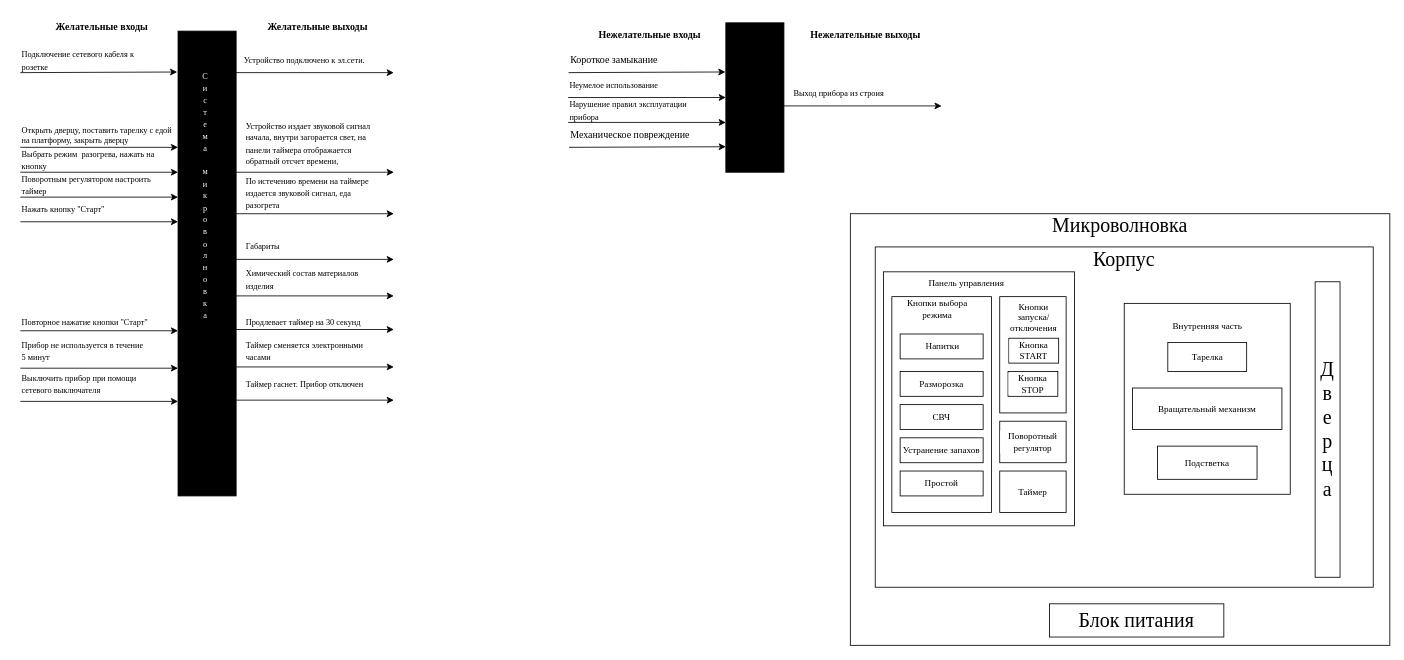
Before: microwave.drawio in Maquim4/repository_for_challenge, a draw.io diagram. Source tidied: cells renumbered, new cells numbered last; positions are measured from the earlier drawing's top-left corner, leaving out a move shared by most shapes. Both pictures are drawn from the tidied source at 83%, with x=0, y=0 at pixel (20, 14).
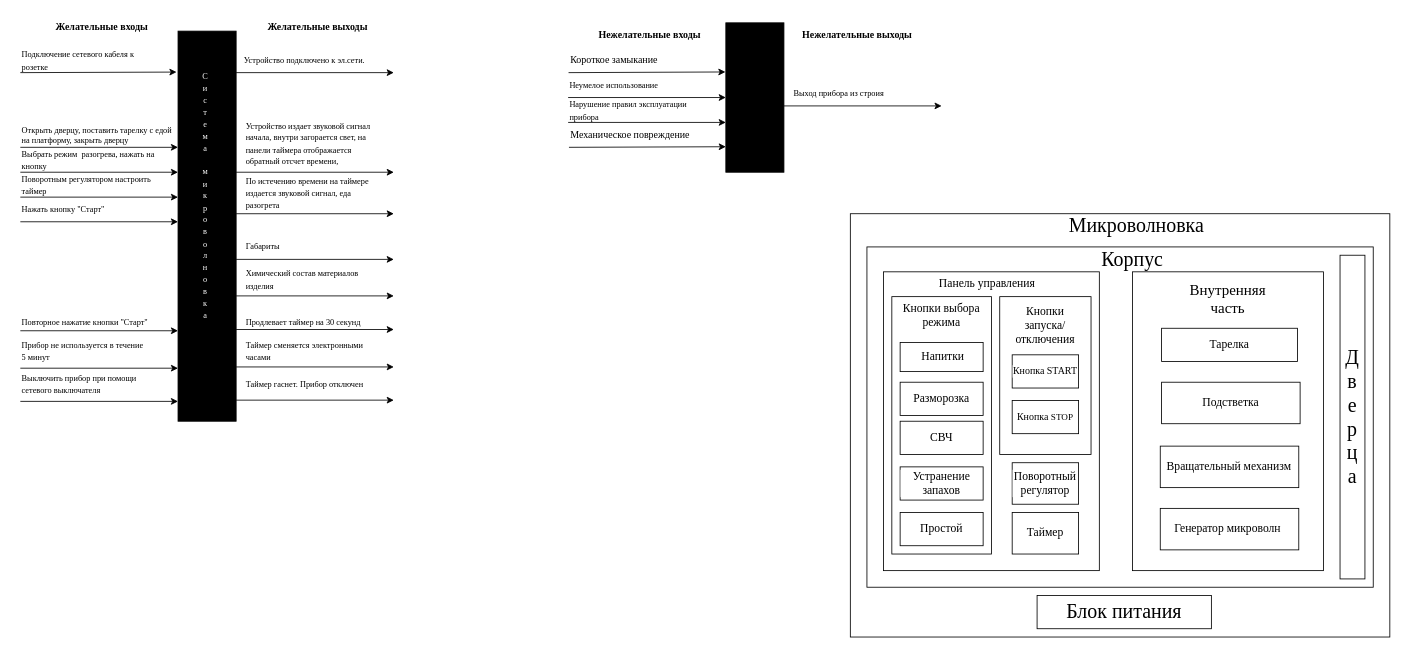
The same page after the edit.

What changed in the source:
```diff
@@
     <mxCell id="2" style="rounded=0;whiteSpace=wrap;html=1;fillColor=#000000;" parent="1" vertex="1">
-      <mxGeometry x="190" y="20" width="70" height="560" as="geometry" />
+      <mxGeometry x="190" y="20" width="70" height="470" as="geometry" />
     </mxCell>
@@
-    <mxCell id="7" style="endArrow=classic;html=1;rounded=0;fontFamily=Times New Roman;fontSize=10;entryX=-0.014;entryY=0.088;entryDx=0;entryDy=0;entryPerimeter=0;" parent="1" edge="1" target="2">
+    <mxCell id="7" style="endArrow=classic;html=1;rounded=0;fontFamily=Times New Roman;fontSize=10;entryX=-0.026;entryY=0.105;entryDx=0;entryDy=0;entryPerimeter=0;" parent="1" edge="1" target="2">
       <mxGeometry relative="1" as="geometry">
         <mxPoint y="70" as="sourcePoint" />
       </mxGeometry>
     </mxCell>
@@
     <mxCell id="40" value="&lt;font face=&quot;Times New Roman&quot;&gt;&lt;b&gt;Нежелательные выходы&amp;nbsp;&lt;/b&gt;&lt;/font&gt;" style="text;html=1;strokeColor=none;fillColor=none;align=center;verticalAlign=middle;whiteSpace=wrap;rounded=0;" parent="1" vertex="1">
-      <mxGeometry x="950" y="10" width="140" height="30" as="geometry" />
+      <mxGeometry x="940" y="10" width="140" height="30" as="geometry" />
     </mxCell>
@@
     <mxCell id="51" style="rounded=0;whiteSpace=wrap;html=1;labelBackgroundColor=#ffffff;fontFamily=Times New Roman;fontSize=10;fontColor=#ffffff;fillColor=none;" parent="1" vertex="1">
-      <mxGeometry x="1000" y="240" width="650" height="520" as="geometry" />
+      <mxGeometry x="1000" y="240" width="650" height="510" as="geometry" />
     </mxCell>
     <mxCell id="52" value="&lt;font style=&quot;&quot; color=&quot;#000000&quot;&gt;&lt;font style=&quot;font-size: 24px;&quot;&gt;Микроволновка&lt;/font&gt;&lt;br&gt;&lt;/font&gt;" style="text;html=1;strokeColor=none;fillColor=none;align=center;verticalAlign=middle;whiteSpace=wrap;rounded=0;fontSize=10;fontFamily=Times New Roman;fontColor=#ffffff;" parent="1" vertex="1">
-      <mxGeometry x="1295" y="240" width="60" height="30" as="geometry" />
+      <mxGeometry x="1315" y="240" width="60" height="30" as="geometry" />
     </mxCell>
     <mxCell id="53" style="rounded=0;whiteSpace=wrap;html=1;labelBackgroundColor=#ffffff;fontFamily=Times New Roman;fontSize=24;fontColor=#000000;fillColor=none;" parent="1" vertex="1">
-      <mxGeometry x="1030" y="280" width="600" height="410" as="geometry" />
+      <mxGeometry x="1020" y="280" width="610" height="410" as="geometry" />
     </mxCell>
     <mxCell id="54" value="Блок питания" style="rounded=0;whiteSpace=wrap;html=1;labelBackgroundColor=#ffffff;fontFamily=Times New Roman;fontSize=24;fontColor=#000000;fillColor=none;" parent="1" vertex="1">
-      <mxGeometry x="1240" y="710" width="210" height="40" as="geometry" />
+      <mxGeometry x="1225" y="700" width="210" height="40" as="geometry" />
     </mxCell>
     <mxCell id="55" value="Корпус" style="text;html=1;strokeColor=none;fillColor=none;align=center;verticalAlign=middle;whiteSpace=wrap;rounded=0;fontSize=24;fontFamily=Times New Roman;fontColor=#000000;" parent="1" vertex="1">
-      <mxGeometry x="1300" y="280" width="60" height="30" as="geometry" />
+      <mxGeometry x="1310" y="280" width="60" height="30" as="geometry" />
     </mxCell>
     <mxCell id="56" value="Д&lt;br&gt;в&lt;br&gt;е&lt;br&gt;р&lt;br&gt;ц&lt;br&gt;а" style="rounded=0;whiteSpace=wrap;html=1;labelBackgroundColor=#ffffff;fontFamily=Times New Roman;fontSize=24;fontColor=#000000;fillColor=none;" parent="1" vertex="1">
-      <mxGeometry x="1560" y="322" width="30" height="356" as="geometry" />
+      <mxGeometry x="1590" y="290" width="30" height="390" as="geometry" />
     </mxCell>
     <mxCell id="57" style="rounded=0;whiteSpace=wrap;html=1;labelBackgroundColor=#ffffff;fontFamily=Times New Roman;fontSize=24;fontColor=#000000;fillColor=none;" parent="1" vertex="1">
-      <mxGeometry x="1040" y="310" width="230" height="306" as="geometry" />
+      <mxGeometry x="1040" y="310" width="260" height="360" as="geometry" />
     </mxCell>
-    <mxCell id="58" value="&lt;font style=&quot;font-size: 11px;&quot;&gt;Панель управления&lt;/font&gt;" style="text;html=1;strokeColor=none;fillColor=none;align=center;verticalAlign=middle;whiteSpace=wrap;rounded=0;fontSize=24;fontFamily=Times New Roman;fontColor=#000000;" parent="1" vertex="1">
-      <mxGeometry x="1060" y="303.9" width="160" height="30" as="geometry" />
+    <mxCell id="58" value="&lt;font style=&quot;font-size: 14px;&quot;&gt;Панель управления&lt;/font&gt;" style="text;html=1;strokeColor=none;fillColor=none;align=center;verticalAlign=middle;whiteSpace=wrap;rounded=0;fontSize=24;fontFamily=Times New Roman;fontColor=#000000;" parent="1" vertex="1">
+      <mxGeometry x="1090" y="307.9" width="150" height="26.1" as="geometry" />
     </mxCell>
     <mxCell id="59" style="rounded=0;whiteSpace=wrap;html=1;labelBackgroundColor=#ffffff;fontFamily=Times New Roman;fontSize=11;fontColor=#000000;fillColor=none;" parent="1" vertex="1">
-      <mxGeometry x="1050" y="339.9" width="120" height="260.1" as="geometry" />
+      <mxGeometry x="1050" y="339.9" width="120" height="310.1" as="geometry" />
     </mxCell>
-    <mxCell id="60" value="Кнопки выбора режима" style="text;html=1;strokeColor=none;fillColor=none;align=center;verticalAlign=middle;whiteSpace=wrap;rounded=0;fontSize=11;fontFamily=Times New Roman;fontColor=#000000;" parent="1" vertex="1">
-      <mxGeometry x="1050" y="339.9" width="110" height="30" as="geometry" />
+    <mxCell id="60" value="&lt;font style=&quot;font-size: 14px;&quot;&gt;Кнопки выбора режима&lt;/font&gt;" style="text;html=1;strokeColor=none;fillColor=none;align=center;verticalAlign=middle;whiteSpace=wrap;rounded=0;fontSize=11;fontFamily=Times New Roman;fontColor=#000000;" parent="1" vertex="1">
+      <mxGeometry x="1055" y="348" width="110" height="30" as="geometry" />
     </mxCell>
     <mxCell id="61" style="rounded=0;whiteSpace=wrap;html=1;labelBackgroundColor=#ffffff;fontFamily=Times New Roman;fontSize=11;fontColor=#000000;fillColor=none;" parent="1" vertex="1">
-      <mxGeometry x="1180" y="339.9" width="80" height="140.1" as="geometry" />
+      <mxGeometry x="1180" y="339.9" width="110" height="190.1" as="geometry" />
     </mxCell>
-    <mxCell id="62" value="Кнопки запуска/отключения" style="text;html=1;strokeColor=none;fillColor=none;align=center;verticalAlign=middle;whiteSpace=wrap;rounded=0;fontSize=11;fontFamily=Times New Roman;fontColor=#000000;" parent="1" vertex="1">
-      <mxGeometry x="1191" y="350" width="60" height="30" as="geometry" />
+    <mxCell id="62" value="&lt;font style=&quot;font-size: 14px;&quot;&gt;Кнопки запуска/отключения&lt;/font&gt;" style="text;html=1;strokeColor=none;fillColor=none;align=center;verticalAlign=middle;whiteSpace=wrap;rounded=0;fontSize=11;fontFamily=Times New Roman;fontColor=#000000;" parent="1" vertex="1">
+      <mxGeometry x="1205" y="360" width="60" height="30" as="geometry" />
     </mxCell>
-    <mxCell id="63" value="Кнопка START" style="rounded=0;whiteSpace=wrap;html=1;labelBackgroundColor=#ffffff;fontFamily=Times New Roman;fontSize=11;fontColor=#000000;fillColor=none;" parent="1" vertex="1">
-      <mxGeometry x="1191" y="390" width="60" height="30" as="geometry" />
+    <mxCell id="63" value="&lt;font style=&quot;font-size: 12px;&quot;&gt;Кнопка START&lt;/font&gt;" style="rounded=0;whiteSpace=wrap;html=1;labelBackgroundColor=#ffffff;fontFamily=Times New Roman;fontSize=11;fontColor=#000000;fillColor=none;" parent="1" vertex="1">
+      <mxGeometry x="1195" y="410" width="80" height="40" as="geometry" />
     </mxCell>
-    <mxCell id="64" value="Кнопка STOP" style="rounded=0;whiteSpace=wrap;html=1;labelBackgroundColor=#ffffff;fontFamily=Times New Roman;fontSize=11;fontColor=#000000;fillColor=none;" parent="1" vertex="1">
-      <mxGeometry x="1190" y="430" width="60" height="30" as="geometry" />
-    </mxCell>
-    <mxCell id="65" value="Поворотный регулятор" style="rounded=0;whiteSpace=wrap;html=1;labelBackgroundColor=#ffffff;fontFamily=Times New Roman;fontSize=11;fontColor=#000000;fillColor=none;" parent="1" vertex="1">
-      <mxGeometry x="1180" y="490" width="80" height="50" as="geometry" />
+    <mxCell id="65" value="&lt;font style=&quot;font-size: 14px;&quot;&gt;Поворотный регулятор&lt;/font&gt;" style="rounded=0;whiteSpace=wrap;html=1;labelBackgroundColor=#ffffff;fontFamily=Times New Roman;fontSize=11;fontColor=#000000;fillColor=none;" parent="1" vertex="1">
+      <mxGeometry x="1195" y="540" width="80" height="50" as="geometry" />
     </mxCell>
-    <mxCell id="66" value="Таймер" style="rounded=0;whiteSpace=wrap;html=1;labelBackgroundColor=#ffffff;fontFamily=Times New Roman;fontSize=11;fontColor=#000000;fillColor=none;" parent="1" vertex="1">
-      <mxGeometry x="1180" y="550" width="80" height="50" as="geometry" />
+    <mxCell id="66" value="&lt;font style=&quot;font-size: 14px;&quot;&gt;Таймер&lt;/font&gt;" style="rounded=0;whiteSpace=wrap;html=1;labelBackgroundColor=#ffffff;fontFamily=Times New Roman;fontSize=11;fontColor=#000000;fillColor=none;" parent="1" vertex="1">
+      <mxGeometry x="1195" y="600" width="80" height="50" as="geometry" />
     </mxCell>
-    <mxCell id="67" value="&amp;nbsp;Напитки" style="rounded=0;whiteSpace=wrap;html=1;labelBackgroundColor=#ffffff;fontFamily=Times New Roman;fontSize=11;fontColor=#000000;fillColor=none;" parent="1" vertex="1">
-      <mxGeometry x="1060" y="384.9" width="100" height="30" as="geometry" />
+    <mxCell id="67" value="&lt;font style=&quot;font-size: 14px;&quot;&gt;&amp;nbsp;Напитки&lt;/font&gt;" style="rounded=0;whiteSpace=wrap;html=1;labelBackgroundColor=#ffffff;fontFamily=Times New Roman;fontSize=11;fontColor=#000000;fillColor=none;" parent="1" vertex="1">
+      <mxGeometry x="1060" y="395.1" width="100" height="35.1" as="geometry" />
     </mxCell>
-    <mxCell id="68" value="Разморозка" style="rounded=0;whiteSpace=wrap;html=1;labelBackgroundColor=#ffffff;fontFamily=Times New Roman;fontSize=11;fontColor=#000000;fillColor=none;" parent="1" vertex="1">
-      <mxGeometry x="1060" y="430" width="100" height="30" as="geometry" />
+    <mxCell id="68" value="&lt;font style=&quot;font-size: 14px;&quot;&gt;Разморозка&lt;/font&gt;" style="rounded=0;whiteSpace=wrap;html=1;labelBackgroundColor=#ffffff;fontFamily=Times New Roman;fontSize=11;fontColor=#000000;fillColor=none;" parent="1" vertex="1">
+      <mxGeometry x="1060" y="443" width="100" height="40" as="geometry" />
     </mxCell>
-    <mxCell id="69" value="СВЧ" style="rounded=0;whiteSpace=wrap;html=1;labelBackgroundColor=#ffffff;fontFamily=Times New Roman;fontSize=11;fontColor=#000000;fillColor=none;" parent="1" vertex="1">
-      <mxGeometry x="1060" y="470" width="100" height="30" as="geometry" />
+    <mxCell id="69" value="&lt;font style=&quot;font-size: 14px;&quot;&gt;СВЧ&lt;/font&gt;" style="rounded=0;whiteSpace=wrap;html=1;labelBackgroundColor=#ffffff;fontFamily=Times New Roman;fontSize=11;fontColor=#000000;fillColor=none;" parent="1" vertex="1">
+      <mxGeometry x="1060" y="490" width="100" height="40" as="geometry" />
     </mxCell>
-    <mxCell id="70" value="Устранение запахов" style="rounded=0;whiteSpace=wrap;html=1;labelBackgroundColor=#ffffff;fontFamily=Times New Roman;fontSize=11;fontColor=#000000;fillColor=none;" parent="1" vertex="1">
-      <mxGeometry x="1060" y="510" width="100" height="30" as="geometry" />
+    <mxCell id="70" value="&lt;font style=&quot;font-size: 14px;&quot;&gt;Устранение запахов&lt;/font&gt;" style="rounded=0;whiteSpace=wrap;html=1;labelBackgroundColor=#ffffff;fontFamily=Times New Roman;fontSize=11;fontColor=#000000;fillColor=none;" parent="1" vertex="1">
+      <mxGeometry x="1060" y="545" width="100" height="40" as="geometry" />
     </mxCell>
-    <mxCell id="71" value="Простой" style="rounded=0;whiteSpace=wrap;html=1;labelBackgroundColor=#ffffff;fontFamily=Times New Roman;fontSize=11;fontColor=#000000;fillColor=none;" parent="1" vertex="1">
-      <mxGeometry x="1060" y="550" width="100" height="30" as="geometry" />
+    <mxCell id="71" value="&lt;font style=&quot;font-size: 14px;&quot;&gt;Простой&lt;/font&gt;" style="rounded=0;whiteSpace=wrap;html=1;labelBackgroundColor=#ffffff;fontFamily=Times New Roman;fontSize=11;fontColor=#000000;fillColor=none;" parent="1" vertex="1">
+      <mxGeometry x="1060" y="600" width="100" height="40" as="geometry" />
     </mxCell>
     <mxCell id="72" style="rounded=0;whiteSpace=wrap;html=1;labelBackgroundColor=#ffffff;fontFamily=Times New Roman;fontSize=11;fontColor=#000000;fillColor=none;" parent="1" vertex="1">
-      <mxGeometry x="1330" y="348" width="200" height="230" as="geometry" />
+      <mxGeometry x="1340" y="310" width="230" height="360" as="geometry" />
     </mxCell>
-    <mxCell id="73" value="Внутренняя часть" style="text;html=1;strokeColor=none;fillColor=none;align=center;verticalAlign=middle;whiteSpace=wrap;rounded=0;fontSize=11;fontFamily=Times New Roman;fontColor=#000000;" parent="1" vertex="1">
-      <mxGeometry x="1367.5" y="360" width="125" height="30" as="geometry" />
+    <mxCell id="73" value="&lt;font style=&quot;font-size: 18px;&quot;&gt;Внутренняя часть&lt;/font&gt;" style="text;html=1;strokeColor=none;fillColor=none;align=center;verticalAlign=middle;whiteSpace=wrap;rounded=0;fontSize=11;fontFamily=Times New Roman;fontColor=#000000;" parent="1" vertex="1">
+      <mxGeometry x="1386.2" y="325.1" width="137.5" height="34.9" as="geometry" />
     </mxCell>
-    <mxCell id="74" value="Подстветка" style="rounded=0;whiteSpace=wrap;html=1;labelBackgroundColor=#ffffff;fontFamily=Times New Roman;fontSize=11;fontColor=#000000;fillColor=none;" parent="1" vertex="1">
-      <mxGeometry x="1370" y="520" width="120" height="40" as="geometry" />
+    <mxCell id="74" value="&lt;font style=&quot;font-size: 14px;&quot;&gt;Подстветка&lt;/font&gt;" style="rounded=0;whiteSpace=wrap;html=1;labelBackgroundColor=#ffffff;fontFamily=Times New Roman;fontSize=11;fontColor=#000000;fillColor=none;" parent="1" vertex="1">
+      <mxGeometry x="1375" y="443" width="166.9" height="50" as="geometry" />
     </mxCell>
-    <mxCell id="75" value="Вращательный механизм" style="rounded=0;whiteSpace=wrap;html=1;labelBackgroundColor=#ffffff;fontFamily=Times New Roman;fontSize=11;fontColor=#000000;fillColor=none;" parent="1" vertex="1">
-      <mxGeometry x="1340" y="450" width="180" height="50" as="geometry" />
+    <mxCell id="75" value="&lt;font style=&quot;font-size: 14px;&quot;&gt;Вращательный механизм&lt;/font&gt;" style="rounded=0;whiteSpace=wrap;html=1;labelBackgroundColor=#ffffff;fontFamily=Times New Roman;fontSize=11;fontColor=#000000;fillColor=none;" parent="1" vertex="1">
+      <mxGeometry x="1373.4" y="520" width="166.9" height="50" as="geometry" />
     </mxCell>
-    <mxCell id="76" value="Тарелка" style="rounded=0;whiteSpace=wrap;html=1;labelBackgroundColor=#ffffff;fontFamily=Times New Roman;fontSize=11;fontColor=#000000;fillColor=none;" parent="1" vertex="1">
-      <mxGeometry x="1382.5" y="395.1" width="95" height="34.9" as="geometry" />
+    <mxCell id="76" value="&lt;font style=&quot;font-size: 14px;&quot;&gt;Тарелка&lt;/font&gt;" style="rounded=0;whiteSpace=wrap;html=1;labelBackgroundColor=#ffffff;fontFamily=Times New Roman;fontSize=11;fontColor=#000000;fillColor=none;" parent="1" vertex="1">
+      <mxGeometry x="1375" y="378" width="163.8" height="40" as="geometry" />
     </mxCell>
+    <mxCell id="64" value="&lt;font style=&quot;font-size: 12px;&quot;&gt;Кнопка&amp;nbsp;&lt;/font&gt;STOP" style="rounded=0;whiteSpace=wrap;html=1;labelBackgroundColor=#ffffff;fontFamily=Times New Roman;fontSize=11;fontColor=#000000;fillColor=none;" parent="1" vertex="1">
+      <mxGeometry x="1195" y="465" width="80" height="40" as="geometry" />
+    </mxCell>
+    <mxCell id="77" value="&lt;font style=&quot;font-size: 14px;&quot;&gt;Генератор микроволн&amp;nbsp;&lt;/font&gt;" style="rounded=0;whiteSpace=wrap;html=1;labelBackgroundColor=#ffffff;fontFamily=Times New Roman;fontSize=11;fontColor=#000000;fillColor=none;" parent="1" vertex="1">
+      <mxGeometry x="1373.4" y="595" width="166.9" height="50" as="geometry" />
+    </mxCell>
```
